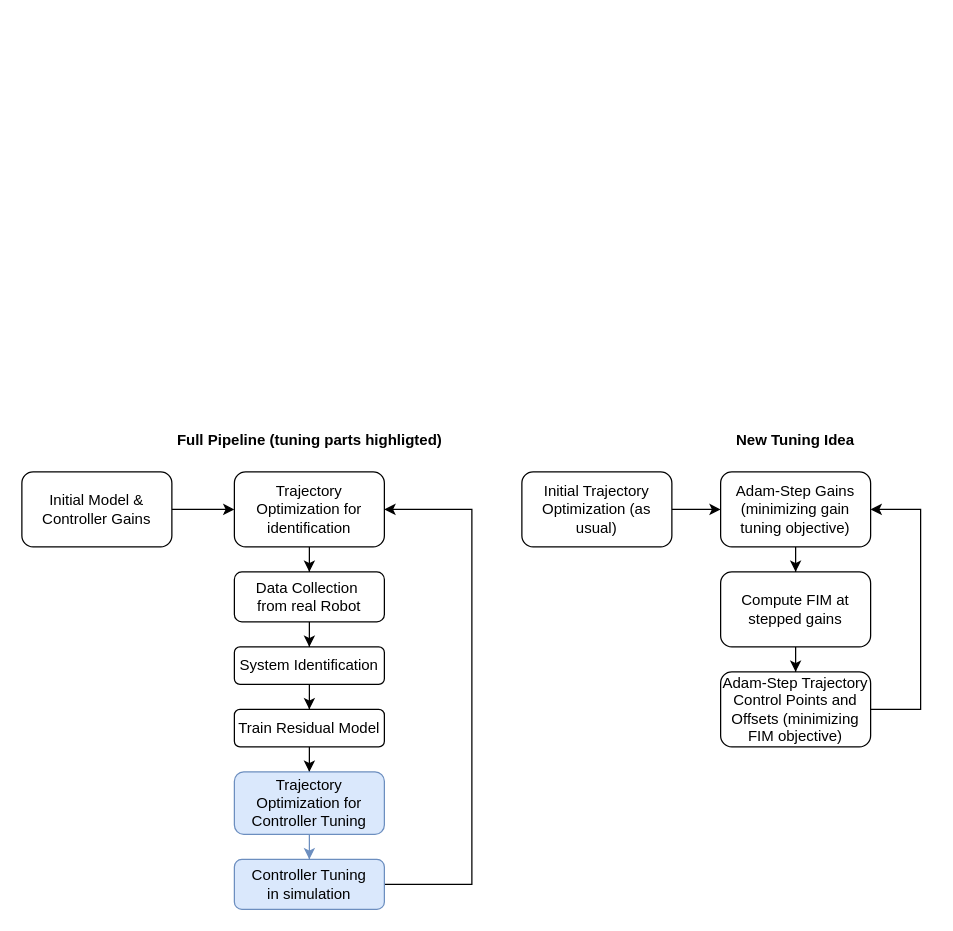
Before: visualize/Pipeline Diagrams.drawio in frutschlori/wmr-simulator, a draw.io diagram. Source tidied: cells renumbered, new cells numbered last; positions are measured from the earlier drawing's top-left corner, leaving out a move shared by most shapes. Both pictures are drawn from the tidied source at 125%, with x=0, y=0 at pixel (21, 421).
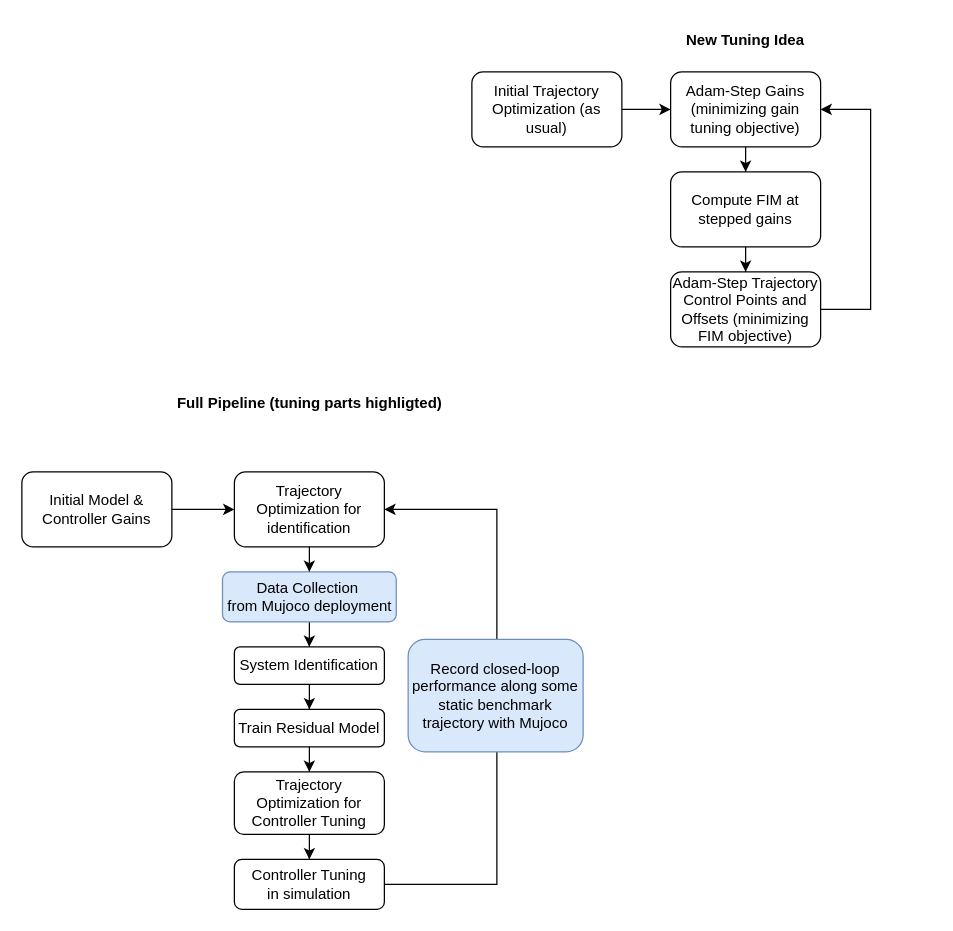
The same diagram, later.

The change refers to these unchanged cells:
```xml
<mxCell id="3" value="Trajectory Optimization for identification" style="rounded=1;whiteSpace=wrap;html=1;" parent="1" vertex="1">
  <mxGeometry x="170" y="40" width="120" height="60" as="geometry" />
</mxCell>
```

The edit, as a diff of the source:
```diff
@@
-    <mxCell id="7" value="&lt;div&gt;Data Collection&amp;nbsp;&lt;/div&gt;&lt;div&gt;from real Robot&lt;/div&gt;" style="rounded=1;whiteSpace=wrap;html=1;" parent="1" vertex="1">
-      <mxGeometry x="170" y="120" width="120" height="40" as="geometry" />
+    <mxCell id="7" value="&lt;div&gt;Data Collection&amp;nbsp;&lt;/div&gt;&lt;div&gt;from Mujoco deployment&lt;/div&gt;" style="rounded=1;whiteSpace=wrap;html=1;fillColor=#dae8fc;strokeColor=#6c8ebf;" parent="1" vertex="1">
+      <mxGeometry x="160.5" y="120" width="139" height="40" as="geometry" />
     </mxCell>
@@
     <mxCell id="12" style="edgeStyle=orthogonalEdgeStyle;rounded=0;jettySize=auto;html=1;exitX=1;exitY=0.333;exitDx=0;exitDy=0;entryX=1;entryY=0.5;entryDx=0;entryDy=0;exitPerimeter=0;" parent="1" edge="1" source="13" target="3">
       <mxGeometry relative="1" as="geometry">
         <Array as="points">
           <mxPoint x="290" y="370" />
-          <mxPoint x="360" y="370" />
-          <mxPoint x="360" y="70" />
+          <mxPoint x="380" y="370" />
+          <mxPoint x="380" y="70" />
         </Array>
       </mxGeometry>
     </mxCell>
-    <mxCell id="13" value="&lt;div&gt;Controller Tuning&lt;/div&gt;&lt;div&gt;in simulation&lt;/div&gt;" style="rounded=1;whiteSpace=wrap;html=1;fillColor=#dae8fc;strokeColor=#6c8ebf;" parent="1" vertex="1">
+    <mxCell id="13" value="&lt;div&gt;Controller Tuning&lt;/div&gt;&lt;div&gt;in simulation&lt;/div&gt;" style="rounded=1;whiteSpace=wrap;html=1;" parent="1" vertex="1">
       <mxGeometry x="170" y="350" width="120" height="40" as="geometry" />
     </mxCell>
-    <mxCell id="14" style="edgeStyle=orthogonalEdgeStyle;rounded=0;jettySize=auto;html=1;fillColor=#dae8fc;strokeColor=#6c8ebf;" parent="1" edge="1" source="15" target="13">
+    <mxCell id="14" style="edgeStyle=orthogonalEdgeStyle;rounded=0;jettySize=auto;html=1;" parent="1" edge="1" source="15" target="13">
       <mxGeometry relative="1" as="geometry" />
     </mxCell>
-    <mxCell id="15" value="Trajectory Optimization for Controller Tuning" style="rounded=1;whiteSpace=wrap;html=1;fillColor=#dae8fc;strokeColor=#6c8ebf;" parent="1" vertex="1">
+    <mxCell id="15" value="Trajectory Optimization for Controller Tuning" style="rounded=1;whiteSpace=wrap;html=1;" parent="1" vertex="1">
       <mxGeometry x="170" y="280" width="120" height="50" as="geometry" />
     </mxCell>
@@
     <mxCell id="17" value="Initial Trajectory Optimization (as usual)" style="rounded=1;whiteSpace=wrap;html=1;" parent="1" vertex="1">
-      <mxGeometry x="400" y="40" width="120" height="60" as="geometry" />
+      <mxGeometry x="360" y="-280" width="120" height="60" as="geometry" />
     </mxCell>
@@
     <mxCell id="19" value="Adam-Step Gains (minimizing gain tuning objective)" style="rounded=1;whiteSpace=wrap;html=1;" parent="1" vertex="1">
-      <mxGeometry x="559" y="40" width="120" height="60" as="geometry" />
+      <mxGeometry x="519" y="-280" width="120" height="60" as="geometry" />
     </mxCell>
@@
     <mxCell id="21" value="Compute FIM at stepped gains" style="rounded=1;whiteSpace=wrap;html=1;" parent="1" vertex="1">
-      <mxGeometry x="559" y="120" width="120" height="60" as="geometry" />
+      <mxGeometry x="519" y="-200" width="120" height="60" as="geometry" />
     </mxCell>
     <mxCell id="22" style="edgeStyle=orthogonalEdgeStyle;rounded=0;jettySize=auto;html=1;entryX=1;entryY=0.5;entryDx=0;entryDy=0;" parent="1" edge="1" source="23" target="19">
       <mxGeometry relative="1" as="geometry">
         <Array as="points">
-          <mxPoint x="719" y="230" />
-          <mxPoint x="719" y="70" />
+          <mxPoint x="679" y="-90" />
+          <mxPoint x="679" y="-250" />
         </Array>
       </mxGeometry>
     </mxCell>
     <mxCell id="23" value="Adam-Step Trajectory Control Points and Offsets (minimizing FIM objective)" style="rounded=1;whiteSpace=wrap;html=1;" parent="1" vertex="1">
-      <mxGeometry x="559" y="200" width="120" height="60" as="geometry" />
+      <mxGeometry x="519" y="-120" width="120" height="60" as="geometry" />
     </mxCell>
     <mxCell id="24" value="&lt;b&gt;New Tuning Idea&lt;/b&gt;" style="text;html=1;whiteSpace=wrap;strokeColor=none;fillColor=none;align=center;verticalAlign=middle;rounded=0;" parent="1" vertex="1">
-      <mxGeometry x="539" width="160" height="30" as="geometry" />
+      <mxGeometry x="499" y="-320" width="160" height="30" as="geometry" />
     </mxCell>
     <mxCell id="25" value="&lt;b&gt;Full Pipeline (tuning parts highligted)&lt;/b&gt;" style="text;html=1;whiteSpace=wrap;strokeColor=none;fillColor=none;align=center;verticalAlign=middle;rounded=0;" parent="1" vertex="1">
-      <mxGeometry x="122.5" width="215" height="30" as="geometry" />
+      <mxGeometry x="122.5" y="-30" width="215" height="30" as="geometry" />
     </mxCell>
+    <mxCell id="26" value="&lt;div&gt;Record closed-loop performance along some static benchmark trajectory with Mujoco&lt;/div&gt;" style="rounded=1;whiteSpace=wrap;html=1;fillColor=#dae8fc;strokeColor=#6c8ebf;" parent="1" vertex="1">
+      <mxGeometry x="309" y="174" width="140" height="90" as="geometry" />
+    </mxCell>
```
